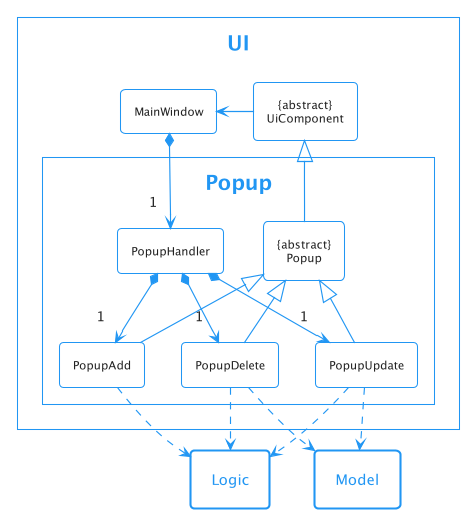
This is docs/images/UiPopupDiagram.png from nus-cs2103-AY2122S2/tp, a PlantUML export, as it was before one commit.
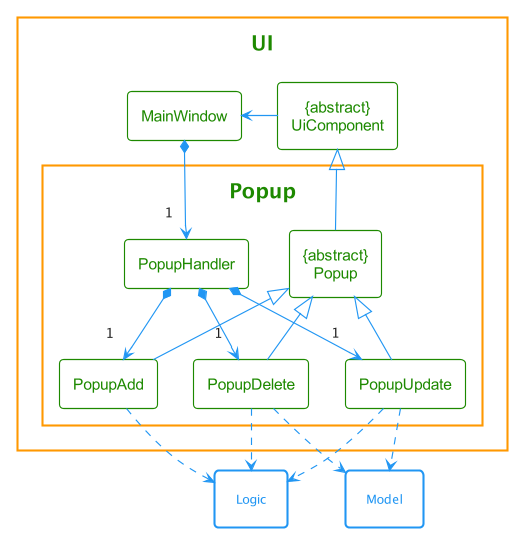
After the change.

What changed in the source:
```diff
@@ -1,20 +1,27 @@
 @startuml
 !include style.puml
-!theme materia-outline
 
-skinparam backgroundColor white
-skinparam shadowing false
-skinparam arrowThickness 1.1
+!$theme_color = UI_COLOR
+
+skinparam TitleFontColor $theme_color
+skinparam Class {
+    FontColor $theme_color
+    StereotypeFontColor $theme_color
+    BorderColor $theme_color
+    FontColor<<Hidden>> #FFFFFF
+    StereotypeFontColor<<Hidden>> #FFFFFF
+    BorderColor<<Hidden>> #FFFFFF
+}
 
 package UI {
-    Class "{abstract}\nUiComponent" as UiComponent
-    Class MainWindow
+    class "{abstract}\nUiComponent" as UiComponent
+    class MainWindow
     package Popup as PopupContainer {
-       Class "{abstract}\nPopup" as Popup
-       Class PopupHandler
-       Class PopupAdd
-       Class PopupDelete
-       Class PopupUpdate
+       class "{abstract}\nPopup" as Popup
+       class PopupHandler
+       class PopupAdd
+       class PopupDelete
+       class PopupUpdate
     }
 }
 
```
